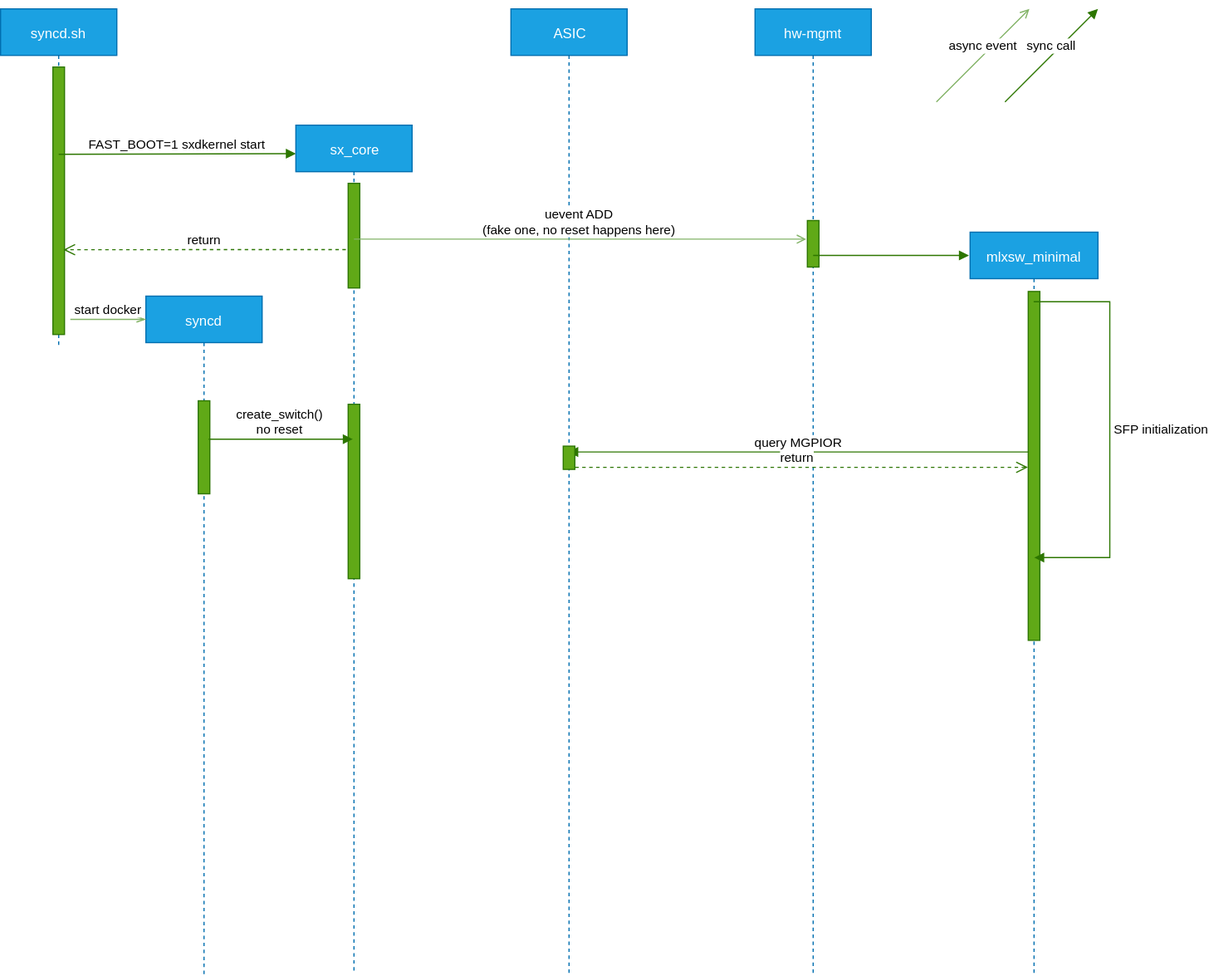
stepanblyschak/SONiC keeps this draw.io diagram as doc/mlnx_only_doc/hw-mgmt-sxcore-warm-boot.svg. Above is the earlier version. Source tidied: cells renumbered, new cells last; positions are measured from the earlier drawing's top-left corner, leaving out a move shared by most shapes. The source it was exported from:
```xml
<mxGraphModel>
  <root>
    <mxCell id="0" />
    <mxCell id="1" parent="0" />
    <mxCell id="2" value="syncd.sh" style="shape=umlLifeline;perimeter=lifelinePerimeter;whiteSpace=wrap;html=1;fillColor=#1ba1e2;strokeColor=#006EAF;fontColor=#ffffff;" parent="1" vertex="1">
      <mxGeometry width="100" height="290" as="geometry" />
    </mxCell>
    <mxCell id="3" style="html=1;points=[];perimeter=orthogonalPerimeter;fillColor=#60a917;strokeColor=#2D7600;fontColor=#ffffff;" parent="2" vertex="1">
      <mxGeometry x="45" y="50" width="10" height="230" as="geometry" />
    </mxCell>
    <mxCell id="4" value="FAST_BOOT=1 sxdkernel start" style="html=1;verticalAlign=bottom;endArrow=block;entryX=0;entryY=0.026;entryDx=0;entryDy=0;entryPerimeter=0;fillColor=#60a917;strokeColor=#2D7600;" parent="2" edge="1">
      <mxGeometry relative="1" as="geometry">
        <mxPoint x="50" y="125" as="sourcePoint" />
        <mxPoint x="254" y="124.5" as="targetPoint" />
      </mxGeometry>
    </mxCell>
    <mxCell id="5" value="ASIC" style="shape=umlLifeline;perimeter=lifelinePerimeter;whiteSpace=wrap;html=1;fillColor=#1ba1e2;strokeColor=#006EAF;fontColor=#ffffff;" parent="1" vertex="1">
      <mxGeometry x="439" width="100" height="830" as="geometry" />
    </mxCell>
    <mxCell id="6" value="hw-mgmt" style="shape=umlLifeline;perimeter=lifelinePerimeter;whiteSpace=wrap;html=1;fillColor=#1ba1e2;strokeColor=#006EAF;fontColor=#ffffff;" parent="1" vertex="1">
      <mxGeometry x="649" width="100" height="830" as="geometry" />
    </mxCell>
    <mxCell id="7" style="html=1;perimeter=orthogonalPerimeter;fillColor=#60a917;strokeColor=#2D7600;fontColor=#ffffff;" parent="6" vertex="1">
      <mxGeometry x="45" y="182" width="10" height="40" as="geometry" />
    </mxCell>
    <mxCell id="8" value="sx_core" style="shape=umlLifeline;perimeter=lifelinePerimeter;whiteSpace=wrap;html=1;fillColor=#1ba1e2;strokeColor=#006EAF;fontColor=#ffffff;" parent="1" vertex="1">
      <mxGeometry x="254" y="100" width="100" height="730" as="geometry" />
    </mxCell>
    <mxCell id="9" style="html=1;perimeter=orthogonalPerimeter;fillColor=#60a917;strokeColor=#2D7600;fontColor=#ffffff;" parent="8" vertex="1">
      <mxGeometry x="45" y="50" width="10" height="90" as="geometry" />
    </mxCell>
    <mxCell id="10" style="html=1;perimeter=orthogonalPerimeter;fillColor=#60a917;strokeColor=#2D7600;fontColor=#ffffff;" parent="8" vertex="1">
      <mxGeometry x="45" y="240" width="10" height="150" as="geometry" />
    </mxCell>
    <mxCell id="11" value="mlxsw_minimal" style="shape=umlLifeline;perimeter=lifelinePerimeter;whiteSpace=wrap;html=1;outlineConnect=0;fillColor=#1ba1e2;strokeColor=#006EAF;fontColor=#ffffff;" parent="1" vertex="1">
      <mxGeometry x="834" y="192" width="110" height="638" as="geometry" />
    </mxCell>
    <mxCell id="12" style="html=1;points=[];perimeter=orthogonalPerimeter;fillColor=#60a917;strokeColor=#2D7600;fontColor=#ffffff;" parent="11" vertex="1">
      <mxGeometry x="50" y="51" width="10" height="300" as="geometry" />
    </mxCell>
    <mxCell id="13" style="html=1;verticalAlign=bottom;endArrow=block;fillColor=#60a917;strokeColor=#2D7600;" parent="1" edge="1">
      <mxGeometry relative="1" as="geometry">
        <mxPoint x="699" y="212" as="sourcePoint" />
        <mxPoint x="833" y="212" as="targetPoint" />
      </mxGeometry>
    </mxCell>
    <mxCell id="14" value="SFP initialization" style="edgeStyle=orthogonalEdgeStyle;html=1;align=left;spacingLeft=2;endArrow=block;rounded=0;fillColor=#60a917;strokeColor=#2D7600;" parent="1" edge="1" source="11">
      <mxGeometry relative="1" as="geometry">
        <mxPoint x="889" y="472" as="targetPoint" />
        <Array as="points">
          <mxPoint x="954" y="252" />
          <mxPoint x="954" y="472" />
        </Array>
      </mxGeometry>
    </mxCell>
    <mxCell id="15" value="query MGPIOR" style="html=1;verticalAlign=bottom;endArrow=block;exitX=0;exitY=0.46;exitDx=0;exitDy=0;exitPerimeter=0;fillColor=#60a917;strokeColor=#2D7600;" parent="1" edge="1" source="12">
      <mxGeometry relative="1" as="geometry">
        <mxPoint x="488.3" y="381" as="targetPoint" />
      </mxGeometry>
    </mxCell>
    <mxCell id="16" value="syncd" style="shape=umlLifeline;perimeter=lifelinePerimeter;whiteSpace=wrap;html=1;fillColor=#1ba1e2;strokeColor=#006EAF;fontColor=#ffffff;" parent="1" vertex="1">
      <mxGeometry x="125" y="247" width="100" height="583" as="geometry" />
    </mxCell>
    <mxCell id="17" style="html=1;points=[];perimeter=orthogonalPerimeter;fillColor=#60a917;strokeColor=#2D7600;fontColor=#ffffff;" parent="16" vertex="1">
      <mxGeometry x="45" y="90" width="10" height="80" as="geometry" />
    </mxCell>
    <mxCell id="18" value="create_switch()&lt;br&gt;no reset" style="html=1;verticalAlign=bottom;endArrow=block;exitX=0.9;exitY=0.413;exitDx=0;exitDy=0;exitPerimeter=0;fillColor=#60a917;strokeColor=#2D7600;" parent="1" edge="1" source="17">
      <mxGeometry relative="1" as="geometry">
        <mxPoint x="303" y="370" as="targetPoint" />
      </mxGeometry>
    </mxCell>
    <mxCell id="19" value="async event" style="html=1;verticalAlign=bottom;endArrow=open;endFill=0;fillColor=#d5e8d4;strokeColor=#82b366;" parent="1" edge="1">
      <mxGeometry relative="1" as="geometry">
        <mxPoint x="805" y="80" as="sourcePoint" />
        <mxPoint x="885" as="targetPoint" />
      </mxGeometry>
    </mxCell>
    <mxCell id="20" value="sync call" style="html=1;verticalAlign=bottom;endArrow=block;fillColor=#60a917;strokeColor=#2D7600;" parent="1" edge="1">
      <mxGeometry relative="1" as="geometry">
        <mxPoint x="864" y="80" as="sourcePoint" />
        <mxPoint x="944" as="targetPoint" />
      </mxGeometry>
    </mxCell>
    <mxCell id="21" value="start docker" style="html=1;verticalAlign=bottom;endArrow=openThin;endFill=0;fillColor=#d5e8d4;strokeColor=#82b366;" parent="1" edge="1">
      <mxGeometry relative="1" as="geometry">
        <mxPoint x="60" y="267" as="sourcePoint" />
        <mxPoint x="125" y="267" as="targetPoint" />
      </mxGeometry>
    </mxCell>
    <mxCell id="22" value="return" style="html=1;verticalAlign=bottom;endArrow=open;dashed=1;endSize=8;fillColor=#60a917;strokeColor=#2D7600;entryX=0.9;entryY=0.683;entryDx=0;entryDy=0;entryPerimeter=0;" parent="1" edge="1" target="3">
      <mxGeometry relative="1" as="geometry">
        <mxPoint x="297" y="207" as="sourcePoint" />
      </mxGeometry>
    </mxCell>
    <mxCell id="23" value="return" style="html=1;verticalAlign=bottom;endArrow=open;dashed=1;endSize=8;fillColor=#60a917;strokeColor=#2D7600;entryX=-0.024;entryY=0.514;entryDx=0;entryDy=0;entryPerimeter=0;" parent="1" edge="1">
      <mxGeometry relative="1" as="geometry">
        <mxPoint x="488.3" y="394.2" as="sourcePoint" />
        <mxPoint x="883.8" y="394.2" as="targetPoint" />
      </mxGeometry>
    </mxCell>
    <mxCell id="24" style="html=1;perimeter=orthogonalPerimeter;fillColor=#60a917;strokeColor=#2D7600;fontColor=#ffffff;" parent="1" vertex="1">
      <mxGeometry x="484" y="376" width="10" height="20" as="geometry" />
    </mxCell>
    <mxCell id="25" value="uevent ADD&lt;br&gt;(fake one, no reset happens here)" style="html=1;verticalAlign=bottom;endArrow=open;endFill=0;fillColor=#d5e8d4;strokeColor=#82b366;" parent="1" edge="1">
      <mxGeometry relative="1" as="geometry">
        <mxPoint x="304" y="198" as="sourcePoint" />
        <mxPoint x="693" y="198" as="targetPoint" />
      </mxGeometry>
    </mxCell>
  </root>
</mxGraphModel>
```
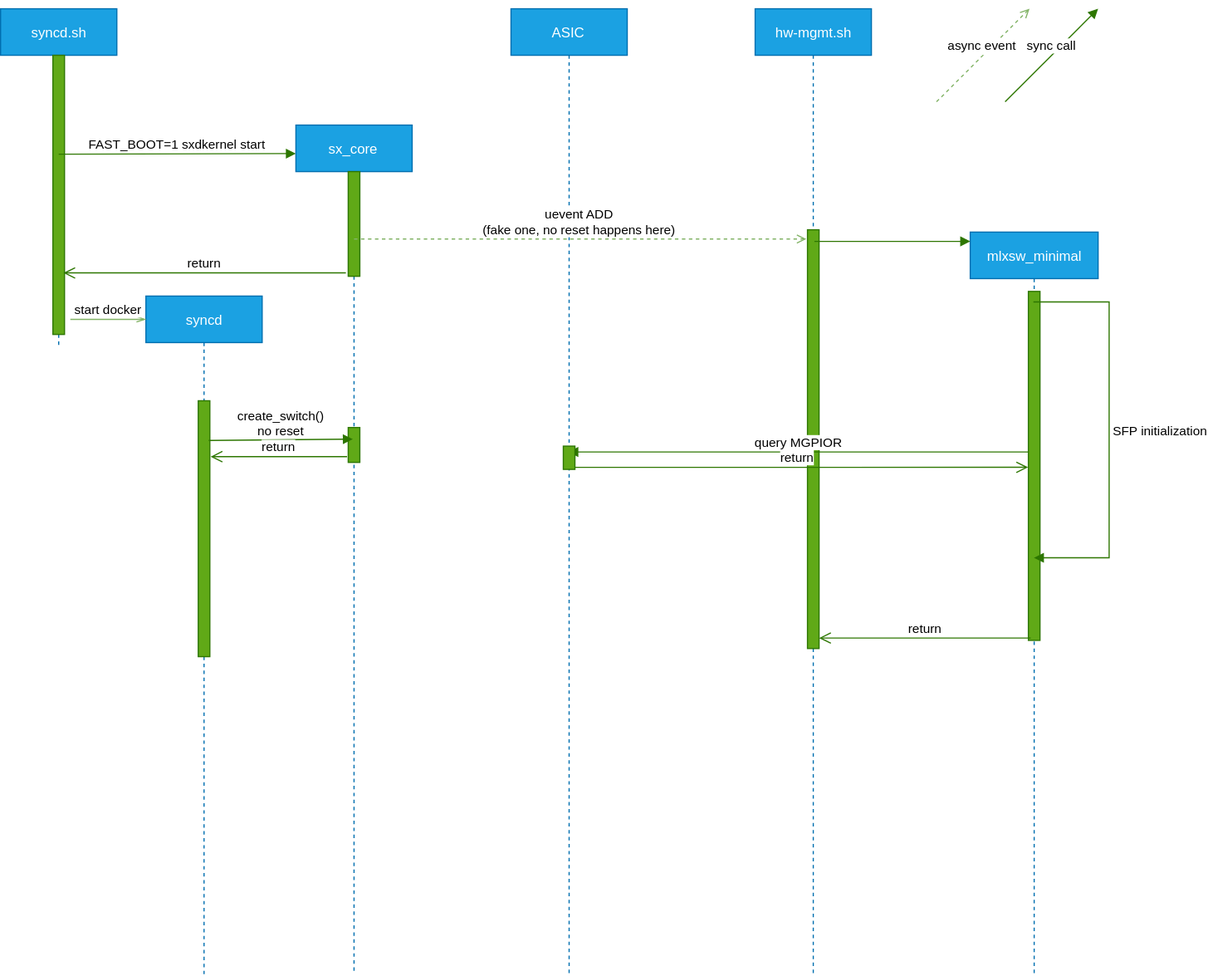
After the commit.

Change to the diagram source:
```diff
@@ -6,7 +6,7 @@
       <mxGeometry width="100" height="290" as="geometry" />
     </mxCell>
     <mxCell id="3" style="html=1;points=[];perimeter=orthogonalPerimeter;fillColor=#60a917;strokeColor=#2D7600;fontColor=#ffffff;" parent="2" vertex="1">
-      <mxGeometry x="45" y="50" width="10" height="230" as="geometry" />
+      <mxGeometry x="45" y="40" width="10" height="240" as="geometry" />
     </mxCell>
     <mxCell id="4" value="FAST_BOOT=1 sxdkernel start" style="html=1;verticalAlign=bottom;endArrow=block;entryX=0;entryY=0.026;entryDx=0;entryDy=0;entryPerimeter=0;fillColor=#60a917;strokeColor=#2D7600;" parent="2" edge="1">
       <mxGeometry relative="1" as="geometry">
@@ -17,20 +17,20 @@
     <mxCell id="5" value="ASIC" style="shape=umlLifeline;perimeter=lifelinePerimeter;whiteSpace=wrap;html=1;fillColor=#1ba1e2;strokeColor=#006EAF;fontColor=#ffffff;" parent="1" vertex="1">
       <mxGeometry x="439" width="100" height="830" as="geometry" />
     </mxCell>
-    <mxCell id="6" value="hw-mgmt" style="shape=umlLifeline;perimeter=lifelinePerimeter;whiteSpace=wrap;html=1;fillColor=#1ba1e2;strokeColor=#006EAF;fontColor=#ffffff;" parent="1" vertex="1">
+    <mxCell id="6" value="hw-mgmt.sh" style="shape=umlLifeline;perimeter=lifelinePerimeter;whiteSpace=wrap;html=1;fillColor=#1ba1e2;strokeColor=#006EAF;fontColor=#ffffff;" parent="1" vertex="1">
       <mxGeometry x="649" width="100" height="830" as="geometry" />
     </mxCell>
     <mxCell id="7" style="html=1;perimeter=orthogonalPerimeter;fillColor=#60a917;strokeColor=#2D7600;fontColor=#ffffff;" parent="6" vertex="1">
-      <mxGeometry x="45" y="182" width="10" height="40" as="geometry" />
+      <mxGeometry x="45" y="190" width="10" height="360" as="geometry" />
     </mxCell>
     <mxCell id="8" value="sx_core" style="shape=umlLifeline;perimeter=lifelinePerimeter;whiteSpace=wrap;html=1;fillColor=#1ba1e2;strokeColor=#006EAF;fontColor=#ffffff;" parent="1" vertex="1">
       <mxGeometry x="254" y="100" width="100" height="730" as="geometry" />
     </mxCell>
     <mxCell id="9" style="html=1;perimeter=orthogonalPerimeter;fillColor=#60a917;strokeColor=#2D7600;fontColor=#ffffff;" parent="8" vertex="1">
-      <mxGeometry x="45" y="50" width="10" height="90" as="geometry" />
+      <mxGeometry x="45" y="40" width="10" height="90" as="geometry" />
     </mxCell>
     <mxCell id="10" style="html=1;perimeter=orthogonalPerimeter;fillColor=#60a917;strokeColor=#2D7600;fontColor=#ffffff;" parent="8" vertex="1">
-      <mxGeometry x="45" y="240" width="10" height="150" as="geometry" />
+      <mxGeometry x="45" y="260" width="10" height="30" as="geometry" />
     </mxCell>
     <mxCell id="11" value="mlxsw_minimal" style="shape=umlLifeline;perimeter=lifelinePerimeter;whiteSpace=wrap;html=1;outlineConnect=0;fillColor=#1ba1e2;strokeColor=#006EAF;fontColor=#ffffff;" parent="1" vertex="1">
       <mxGeometry x="834" y="192" width="110" height="638" as="geometry" />
@@ -40,8 +40,8 @@
     </mxCell>
     <mxCell id="13" style="html=1;verticalAlign=bottom;endArrow=block;fillColor=#60a917;strokeColor=#2D7600;" parent="1" edge="1">
       <mxGeometry relative="1" as="geometry">
-        <mxPoint x="699" y="212" as="sourcePoint" />
-        <mxPoint x="833" y="212" as="targetPoint" />
+        <mxPoint x="700" y="200" as="sourcePoint" />
+        <mxPoint x="834" y="200" as="targetPoint" />
       </mxGeometry>
     </mxCell>
     <mxCell id="14" value="SFP initialization" style="edgeStyle=orthogonalEdgeStyle;html=1;align=left;spacingLeft=2;endArrow=block;rounded=0;fillColor=#60a917;strokeColor=#2D7600;" parent="1" edge="1" source="11">
@@ -62,14 +62,14 @@
       <mxGeometry x="125" y="247" width="100" height="583" as="geometry" />
     </mxCell>
     <mxCell id="17" style="html=1;points=[];perimeter=orthogonalPerimeter;fillColor=#60a917;strokeColor=#2D7600;fontColor=#ffffff;" parent="16" vertex="1">
-      <mxGeometry x="45" y="90" width="10" height="80" as="geometry" />
+      <mxGeometry x="45" y="90" width="10" height="220" as="geometry" />
     </mxCell>
-    <mxCell id="18" value="create_switch()&lt;br&gt;no reset" style="html=1;verticalAlign=bottom;endArrow=block;exitX=0.9;exitY=0.413;exitDx=0;exitDy=0;exitPerimeter=0;fillColor=#60a917;strokeColor=#2D7600;" parent="1" edge="1" source="17">
+    <mxCell id="18" value="create_switch()&lt;br&gt;no reset" style="html=1;verticalAlign=bottom;endArrow=block;exitX=0.9;exitY=0.155;exitDx=0;exitDy=0;exitPerimeter=0;fillColor=#60a917;strokeColor=#2D7600;" parent="1" edge="1" source="17">
       <mxGeometry relative="1" as="geometry">
         <mxPoint x="303" y="370" as="targetPoint" />
       </mxGeometry>
     </mxCell>
-    <mxCell id="19" value="async event" style="html=1;verticalAlign=bottom;endArrow=open;endFill=0;fillColor=#d5e8d4;strokeColor=#82b366;" parent="1" edge="1">
+    <mxCell id="19" value="async event" style="html=1;verticalAlign=bottom;endArrow=open;endFill=0;fillColor=#d5e8d4;strokeColor=#82b366;dashed=1;" parent="1" edge="1">
       <mxGeometry relative="1" as="geometry">
         <mxPoint x="805" y="80" as="sourcePoint" />
         <mxPoint x="885" as="targetPoint" />
@@ -87,12 +87,13 @@
         <mxPoint x="125" y="267" as="targetPoint" />
       </mxGeometry>
     </mxCell>
-    <mxCell id="22" value="return" style="html=1;verticalAlign=bottom;endArrow=open;dashed=1;endSize=8;fillColor=#60a917;strokeColor=#2D7600;entryX=0.9;entryY=0.683;entryDx=0;entryDy=0;entryPerimeter=0;" parent="1" edge="1" target="3">
+    <mxCell id="22" value="return" style="html=1;verticalAlign=bottom;endArrow=open;endSize=8;fillColor=#60a917;strokeColor=#2D7600;entryX=0.9;entryY=0.683;entryDx=0;entryDy=0;entryPerimeter=0;" parent="1" edge="1">
       <mxGeometry relative="1" as="geometry">
-        <mxPoint x="297" y="207" as="sourcePoint" />
+        <mxPoint x="297" y="227" as="sourcePoint" />
+        <mxPoint x="54" y="227.1" as="targetPoint" />
       </mxGeometry>
     </mxCell>
-    <mxCell id="23" value="return" style="html=1;verticalAlign=bottom;endArrow=open;dashed=1;endSize=8;fillColor=#60a917;strokeColor=#2D7600;entryX=-0.024;entryY=0.514;entryDx=0;entryDy=0;entryPerimeter=0;" parent="1" edge="1">
+    <mxCell id="23" value="return" style="html=1;verticalAlign=bottom;endArrow=open;endSize=8;fillColor=#60a917;strokeColor=#2D7600;entryX=-0.024;entryY=0.514;entryDx=0;entryDy=0;entryPerimeter=0;" parent="1" edge="1">
       <mxGeometry relative="1" as="geometry">
         <mxPoint x="488.3" y="394.2" as="sourcePoint" />
         <mxPoint x="883.8" y="394.2" as="targetPoint" />
@@ -101,11 +102,23 @@
     <mxCell id="24" style="html=1;perimeter=orthogonalPerimeter;fillColor=#60a917;strokeColor=#2D7600;fontColor=#ffffff;" parent="1" vertex="1">
       <mxGeometry x="484" y="376" width="10" height="20" as="geometry" />
     </mxCell>
-    <mxCell id="25" value="uevent ADD&lt;br&gt;(fake one, no reset happens here)" style="html=1;verticalAlign=bottom;endArrow=open;endFill=0;fillColor=#d5e8d4;strokeColor=#82b366;" parent="1" edge="1">
+    <mxCell id="25" value="uevent ADD&lt;br&gt;(fake one, no reset happens here)" style="html=1;verticalAlign=bottom;endArrow=open;endFill=0;fillColor=#d5e8d4;strokeColor=#82b366;dashed=1;" parent="1" edge="1">
       <mxGeometry relative="1" as="geometry">
         <mxPoint x="304" y="198" as="sourcePoint" />
         <mxPoint x="693" y="198" as="targetPoint" />
       </mxGeometry>
     </mxCell>
+    <mxCell id="26" value="return" style="html=1;verticalAlign=bottom;endArrow=open;endSize=8;fillColor=#60a917;strokeColor=#2D7600;entryX=1.267;entryY=0.223;entryDx=0;entryDy=0;entryPerimeter=0;" parent="1" edge="1">
+      <mxGeometry relative="1" as="geometry">
+        <mxPoint x="298" y="385" as="sourcePoint" />
+        <mxPoint x="180.7" y="385.1" as="targetPoint" />
+      </mxGeometry>
+    </mxCell>
+    <mxCell id="27" value="return" style="html=1;verticalAlign=bottom;endArrow=open;endSize=8;fillColor=#60a917;strokeColor=#2D7600;exitX=0.2;exitY=0.98;exitDx=0;exitDy=0;exitPerimeter=0;" parent="1" edge="1">
+      <mxGeometry relative="1" as="geometry">
+        <mxPoint x="886" y="541" as="sourcePoint" />
+        <mxPoint x="704" y="541" as="targetPoint" />
+      </mxGeometry>
+    </mxCell>
   </root>
 </mxGraphModel>
```
